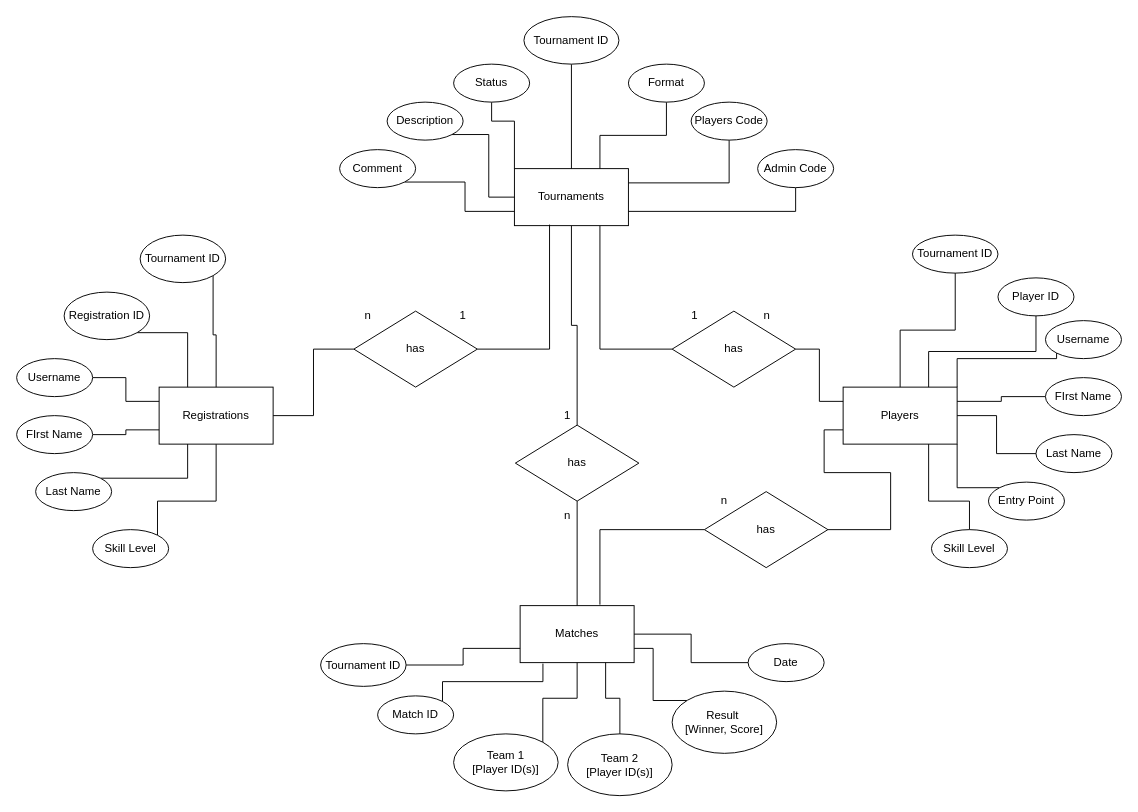
The draw.io diagram backend/ERD.drawio in sik-leanix/sports-tournament, before the edit. Source tidied: cells renumbered, new cells numbered last; positions are measured from the earlier drawing's top-left corner, leaving out a move shared by most shapes. Both pictures are drawn from the tidied source at 95%, with x=0, y=0 at pixel (16, 16).
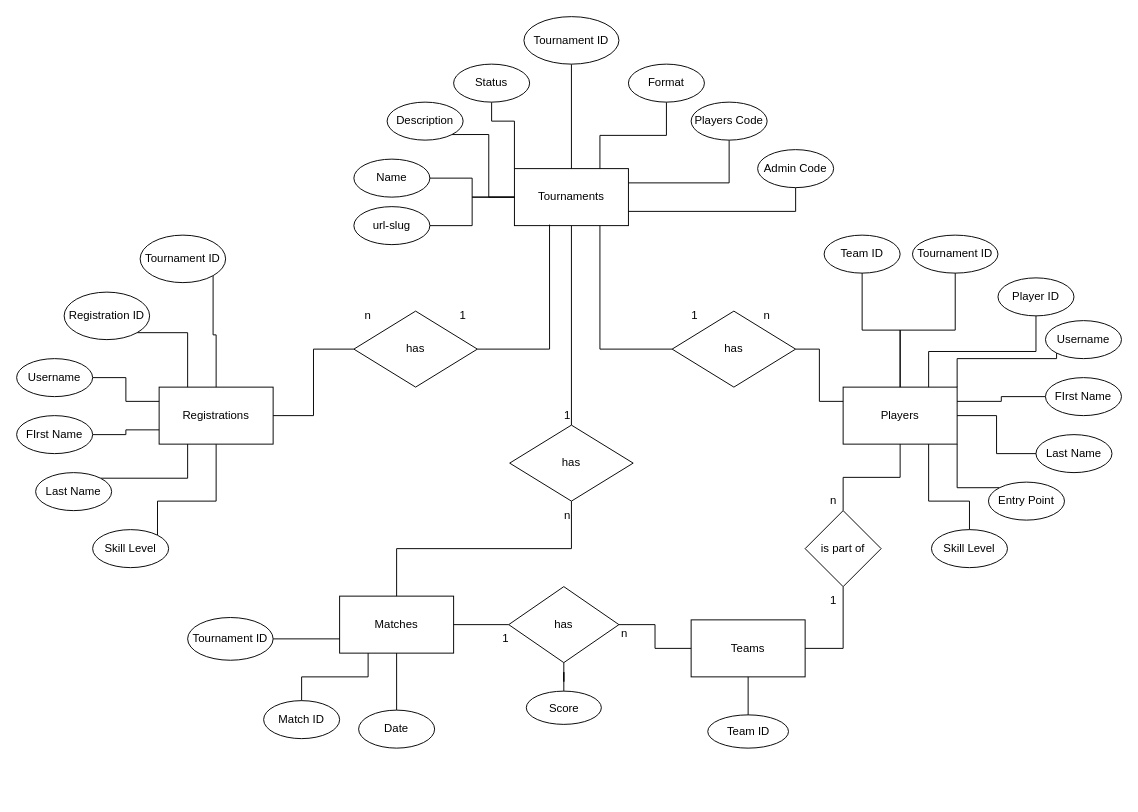
Above is the later version.

Commit message:
Add teams entity to ERD

The change refers to these unchanged cells:
```xml
<mxCell id="4" value="Tournaments" style="rounded=0;whiteSpace=wrap;html=1;" parent="1" vertex="1">
  <mxGeometry x="524" y="160" width="120" height="60" as="geometry" />
</mxCell>
<mxCell id="6" value="Players" style="rounded=0;whiteSpace=wrap;html=1;" parent="1" vertex="1">
  <mxGeometry x="870" y="390" width="120" height="60" as="geometry" />
</mxCell>
```

Change to the diagram source:
```diff
@@
-    <mxCell id="5" style="edgeStyle=orthogonalEdgeStyle;rounded=0;jettySize=auto;html=1;exitX=0;exitY=0.75;exitDx=0;exitDy=0;entryX=1;entryY=0.5;entryDx=0;entryDy=0;endArrow=none;endFill=0;" parent="1" edge="1" source="6" target="70">
-      <mxGeometry relative="1" as="geometry">
-        <Array as="points">
-          <mxPoint x="850" y="435" />
-          <mxPoint x="850" y="480" />
-          <mxPoint x="920" y="480" />
-          <mxPoint x="920" y="540" />
-        </Array>
-      </mxGeometry>
-    </mxCell>
@@
     <mxCell id="9" value="Matches" style="rounded=0;whiteSpace=wrap;html=1;" parent="1" vertex="1">
-      <mxGeometry x="530" y="620" width="120" height="60" as="geometry" />
+      <mxGeometry x="340" y="610" width="120" height="60" as="geometry" />
     </mxCell>
@@
     <mxCell id="19" value="&lt;span&gt;Tournament ID&lt;/span&gt;" style="ellipse;whiteSpace=wrap;html=1;" parent="1" vertex="1">
-      <mxGeometry x="320" y="660" width="90" height="45" as="geometry" />
+      <mxGeometry x="180" y="632.5" width="90" height="45" as="geometry" />
     </mxCell>
@@
-    <mxCell id="28" style="edgeStyle=orthogonalEdgeStyle;rounded=0;jettySize=auto;html=1;exitX=1;exitY=1;exitDx=0;exitDy=0;entryX=0;entryY=0.75;entryDx=0;entryDy=0;endArrow=none;endFill=0;" parent="1" edge="1" source="29" target="4">
-      <mxGeometry relative="1" as="geometry" />
-    </mxCell>
-    <mxCell id="29" value="Comment" style="ellipse;whiteSpace=wrap;html=1;" parent="1" vertex="1">
-      <mxGeometry x="340" y="140" width="80" height="40" as="geometry" />
-    </mxCell>
@@
-    <mxCell id="42" style="edgeStyle=orthogonalEdgeStyle;rounded=0;jettySize=auto;html=1;exitX=1;exitY=0;exitDx=0;exitDy=0;entryX=0.2;entryY=1.017;entryDx=0;entryDy=0;entryPerimeter=0;endArrow=none;endFill=0;" parent="1" edge="1" source="43" target="9">
-      <mxGeometry relative="1" as="geometry">
-        <Array as="points">
-          <mxPoint x="448" y="700" />
-          <mxPoint x="554" y="700" />
-        </Array>
-      </mxGeometry>
+    <mxCell id="42" style="edgeStyle=orthogonalEdgeStyle;rounded=0;jettySize=auto;html=1;exitX=0.5;exitY=0;exitDx=0;exitDy=0;entryX=0.25;entryY=1;entryDx=0;entryDy=0;endArrow=none;endFill=0;" parent="1" edge="1" source="43" target="9">
+      <mxGeometry relative="1" as="geometry" />
     </mxCell>
     <mxCell id="43" value="Match ID" style="ellipse;whiteSpace=wrap;html=1;" parent="1" vertex="1">
-      <mxGeometry x="380" y="715" width="80" height="40" as="geometry" />
+      <mxGeometry x="260" y="720" width="80" height="40" as="geometry" />
     </mxCell>
-    <mxCell id="44" style="edgeStyle=orthogonalEdgeStyle;rounded=0;jettySize=auto;html=1;exitX=1;exitY=0;exitDx=0;exitDy=0;entryX=0.5;entryY=1;entryDx=0;entryDy=0;endArrow=none;endFill=0;" parent="1" edge="1" source="45" target="9">
-      <mxGeometry relative="1" as="geometry" />
-    </mxCell>
-    <mxCell id="45" value="Team 1 &lt;br&gt;[Player ID(s)]" style="ellipse;whiteSpace=wrap;html=1;" parent="1" vertex="1">
-      <mxGeometry x="460" y="755" width="110" height="60" as="geometry" />
-    </mxCell>
-    <mxCell id="46" style="edgeStyle=orthogonalEdgeStyle;rounded=0;jettySize=auto;html=1;exitX=0.5;exitY=0;exitDx=0;exitDy=0;entryX=0.75;entryY=1;entryDx=0;entryDy=0;endArrow=none;endFill=0;" parent="1" edge="1" source="47" target="9">
-      <mxGeometry relative="1" as="geometry" />
-    </mxCell>
-    <mxCell id="47" value="Team 2 &lt;br&gt;[Player ID(s)]" style="ellipse;whiteSpace=wrap;html=1;" parent="1" vertex="1">
-      <mxGeometry x="580" y="755" width="110" height="65" as="geometry" />
-    </mxCell>
-    <mxCell id="48" style="edgeStyle=orthogonalEdgeStyle;rounded=0;jettySize=auto;html=1;exitX=0;exitY=0.5;exitDx=0;exitDy=0;entryX=1;entryY=0.5;entryDx=0;entryDy=0;endArrow=none;endFill=0;" parent="1" edge="1" source="49" target="9">
+    <mxCell id="48" style="edgeStyle=orthogonalEdgeStyle;rounded=0;jettySize=auto;html=1;endArrow=none;endFill=0;" parent="1" edge="1" source="49" target="9">
       <mxGeometry relative="1" as="geometry" />
     </mxCell>
     <mxCell id="49" value="&lt;span&gt;Date&lt;/span&gt;" style="ellipse;whiteSpace=wrap;html=1;" parent="1" vertex="1">
-      <mxGeometry x="770" y="660" width="80" height="40" as="geometry" />
+      <mxGeometry x="360" y="730" width="80" height="40" as="geometry" />
     </mxCell>
-    <mxCell id="50" style="edgeStyle=orthogonalEdgeStyle;rounded=0;jettySize=auto;html=1;exitX=0;exitY=0;exitDx=0;exitDy=0;entryX=1;entryY=0.75;entryDx=0;entryDy=0;endArrow=none;endFill=0;" parent="1" edge="1" source="51" target="9">
-      <mxGeometry relative="1" as="geometry" />
-    </mxCell>
-    <mxCell id="51" value="Result&amp;nbsp;&lt;br&gt;[Winner, Score]" style="ellipse;whiteSpace=wrap;html=1;" parent="1" vertex="1">
-      <mxGeometry x="690" y="710" width="110" height="65.5" as="geometry" />
-    </mxCell>
@@
     <mxCell id="68" value="has" style="rhombus;whiteSpace=wrap;html=1;" parent="1" vertex="1">
-      <mxGeometry x="525" y="430" width="130" height="80" as="geometry" />
+      <mxGeometry x="519" y="430" width="130" height="80" as="geometry" />
     </mxCell>
-    <mxCell id="69" style="edgeStyle=orthogonalEdgeStyle;rounded=0;jettySize=auto;html=1;exitX=0;exitY=0.5;exitDx=0;exitDy=0;entryX=0.7;entryY=-0.017;entryDx=0;entryDy=0;entryPerimeter=0;endArrow=none;endFill=0;" parent="1" edge="1" source="70" target="9">
-      <mxGeometry relative="1" as="geometry" />
-    </mxCell>
-    <mxCell id="70" value="has" style="rhombus;whiteSpace=wrap;html=1;" parent="1" vertex="1">
-      <mxGeometry x="724" y="500" width="130" height="80" as="geometry" />
-    </mxCell>
@@
-    <mxCell id="73" value="n" style="text;html=1;strokeColor=none;fillColor=none;align=center;verticalAlign=middle;whiteSpace=wrap;rounded=0;" parent="1" vertex="1">
-      <mxGeometry x="715" y="495" width="60" height="30" as="geometry" />
-    </mxCell>
@@
+    <mxCell id="78" value="Teams" style="rounded=0;whiteSpace=wrap;html=1;" parent="1" vertex="1">
+      <mxGeometry x="710" y="635" width="120" height="60" as="geometry" />
+    </mxCell>
+    <mxCell id="79" style="edgeStyle=orthogonalEdgeStyle;rounded=0;jettySize=auto;html=1;endArrow=none;endFill=0;" parent="1" edge="1" source="81" target="6">
+      <mxGeometry relative="1" as="geometry" />
+    </mxCell>
+    <mxCell id="80" style="edgeStyle=orthogonalEdgeStyle;rounded=0;jettySize=auto;html=1;exitX=0.5;exitY=1;exitDx=0;exitDy=0;entryX=1;entryY=0.5;entryDx=0;entryDy=0;endArrow=none;endFill=0;" parent="1" edge="1" source="81" target="78">
+      <mxGeometry relative="1" as="geometry" />
+    </mxCell>
+    <mxCell id="81" value="is part of" style="rhombus;whiteSpace=wrap;html=1;" parent="1" vertex="1">
+      <mxGeometry x="830" y="520" width="80" height="80" as="geometry" />
+    </mxCell>
+    <mxCell id="82" value="1" style="text;html=1;strokeColor=none;fillColor=none;align=center;verticalAlign=middle;whiteSpace=wrap;rounded=0;" parent="1" vertex="1">
+      <mxGeometry x="830" y="600" width="60" height="30" as="geometry" />
+    </mxCell>
+    <mxCell id="83" value="n" style="text;html=1;strokeColor=none;fillColor=none;align=center;verticalAlign=middle;whiteSpace=wrap;rounded=0;" parent="1" vertex="1">
+      <mxGeometry x="830" y="495" width="60" height="30" as="geometry" />
+    </mxCell>
+    <mxCell id="69" style="edgeStyle=orthogonalEdgeStyle;rounded=0;jettySize=auto;html=1;exitX=0;exitY=0.5;exitDx=0;exitDy=0;entryX=1;entryY=0.5;entryDx=0;entryDy=0;endArrow=none;endFill=0;" parent="1" edge="1" source="70" target="9">
+      <mxGeometry relative="1" as="geometry" />
+    </mxCell>
+    <mxCell id="84" style="edgeStyle=orthogonalEdgeStyle;rounded=0;jettySize=auto;html=1;exitX=1;exitY=0.5;exitDx=0;exitDy=0;entryX=0;entryY=0.5;entryDx=0;entryDy=0;endArrow=none;endFill=0;" parent="1" edge="1" source="70" target="78">
+      <mxGeometry relative="1" as="geometry" />
+    </mxCell>
+    <mxCell id="85" style="edgeStyle=orthogonalEdgeStyle;rounded=0;jettySize=auto;html=1;endArrow=none;endFill=0;" parent="1" edge="1" source="70" target="96">
+      <mxGeometry relative="1" as="geometry" />
+    </mxCell>
+    <mxCell id="70" value="has" style="rhombus;whiteSpace=wrap;html=1;" parent="1" vertex="1">
+      <mxGeometry x="518" y="600" width="116" height="80" as="geometry" />
+    </mxCell>
+    <mxCell id="86" value="1" style="text;html=1;strokeColor=none;fillColor=none;align=center;verticalAlign=middle;whiteSpace=wrap;rounded=0;" parent="1" vertex="1">
+      <mxGeometry x="485" y="640" width="60" height="30" as="geometry" />
+    </mxCell>
+    <mxCell id="87" value="n" style="text;html=1;strokeColor=none;fillColor=none;align=center;verticalAlign=middle;whiteSpace=wrap;rounded=0;" parent="1" vertex="1">
+      <mxGeometry x="610" y="635" width="60" height="30" as="geometry" />
+    </mxCell>
+    <mxCell id="88" style="edgeStyle=orthogonalEdgeStyle;rounded=0;jettySize=auto;html=1;endArrow=none;endFill=0;" parent="1" edge="1" source="89" target="78">
+      <mxGeometry relative="1" as="geometry" />
+    </mxCell>
+    <mxCell id="89" value="&lt;span&gt;Team ID&lt;/span&gt;" style="ellipse;whiteSpace=wrap;html=1;" parent="1" vertex="1">
+      <mxGeometry x="727.5" y="735" width="85" height="35" as="geometry" />
+    </mxCell>
+    <mxCell id="90" style="edgeStyle=orthogonalEdgeStyle;rounded=0;jettySize=auto;html=1;endArrow=none;endFill=0;" parent="1" edge="1" source="91" target="6">
+      <mxGeometry relative="1" as="geometry" />
+    </mxCell>
+    <mxCell id="91" value="Team ID" style="ellipse;whiteSpace=wrap;html=1;" parent="1" vertex="1">
+      <mxGeometry x="850" y="230" width="80" height="40" as="geometry" />
+    </mxCell>
+    <mxCell id="92" style="edgeStyle=orthogonalEdgeStyle;rounded=0;jettySize=auto;html=1;endArrow=none;endFill=0;" parent="1" edge="1" source="93" target="4">
+      <mxGeometry relative="1" as="geometry" />
+    </mxCell>
+    <mxCell id="93" value="Name" style="ellipse;whiteSpace=wrap;html=1;" parent="1" vertex="1">
+      <mxGeometry x="355" y="150" width="80" height="40" as="geometry" />
+    </mxCell>
+    <mxCell id="94" style="edgeStyle=orthogonalEdgeStyle;rounded=0;jettySize=auto;html=1;endArrow=none;endFill=0;" parent="1" edge="1" source="95" target="4">
+      <mxGeometry relative="1" as="geometry" />
+    </mxCell>
+    <mxCell id="95" value="url-slug" style="ellipse;whiteSpace=wrap;html=1;" parent="1" vertex="1">
+      <mxGeometry x="355" y="200" width="80" height="40" as="geometry" />
+    </mxCell>
+    <mxCell id="96" value="Score" style="ellipse;whiteSpace=wrap;html=1;" parent="1" vertex="1">
+      <mxGeometry x="536.5" y="710" width="79" height="35" as="geometry" />
+    </mxCell>
```
